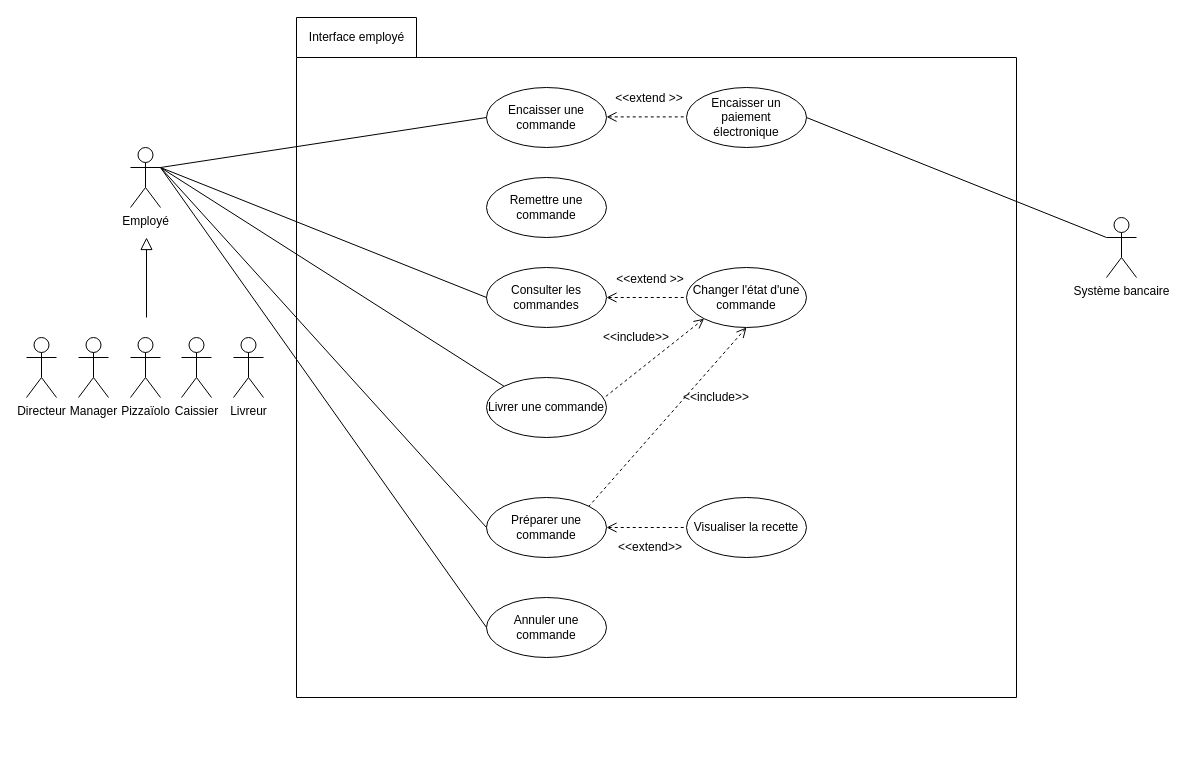
The draw.io diagram Interface employés.drawio in damien-devpy/OC-P4, before the edit. Source tidied: cells renumbered, new cells numbered last; positions are measured from the earlier drawing's top-left corner, leaving out a move shared by most shapes. Both pictures are drawn from the tidied source at 100%, with x=0, y=0 at pixel (26, 17).
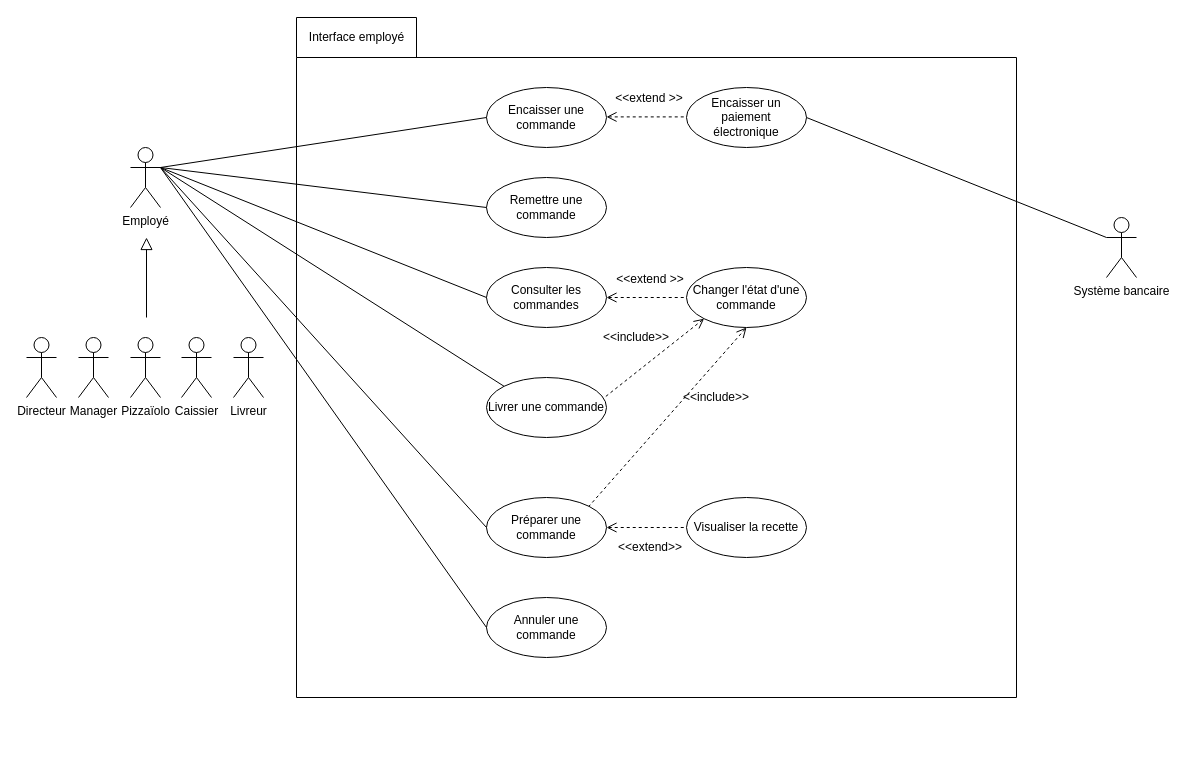
The same diagram, later.

The change refers to these unchanged cells:
```xml
<mxCell id="22" value="Remettre une commande" style="ellipse;whiteSpace=wrap;html=1;fillColor=none;" parent="2" vertex="1">
  <mxGeometry x="150" y="110" width="120" height="60" as="geometry" />
</mxCell>
<mxCell id="25" value="Employé" style="shape=umlActor;verticalLabelPosition=bottom;labelBackgroundColor=#ffffff;verticalAlign=top;html=1;outlineConnect=0;" parent="1" vertex="1">
  <mxGeometry x="104" y="130" width="30" height="60" as="geometry" />
</mxCell>
```

What changed in the source:
```diff
@@
+    <mxCell id="38" style="endArrow=none;html=1;exitX=1;exitY=0.3333333333333333;exitDx=0;exitDy=0;exitPerimeter=0;entryX=0;entryY=0.5;entryDx=0;entryDy=0;" parent="1" edge="1" source="25" target="22">
+      <mxGeometry relative="1" as="geometry" />
+    </mxCell>
```
